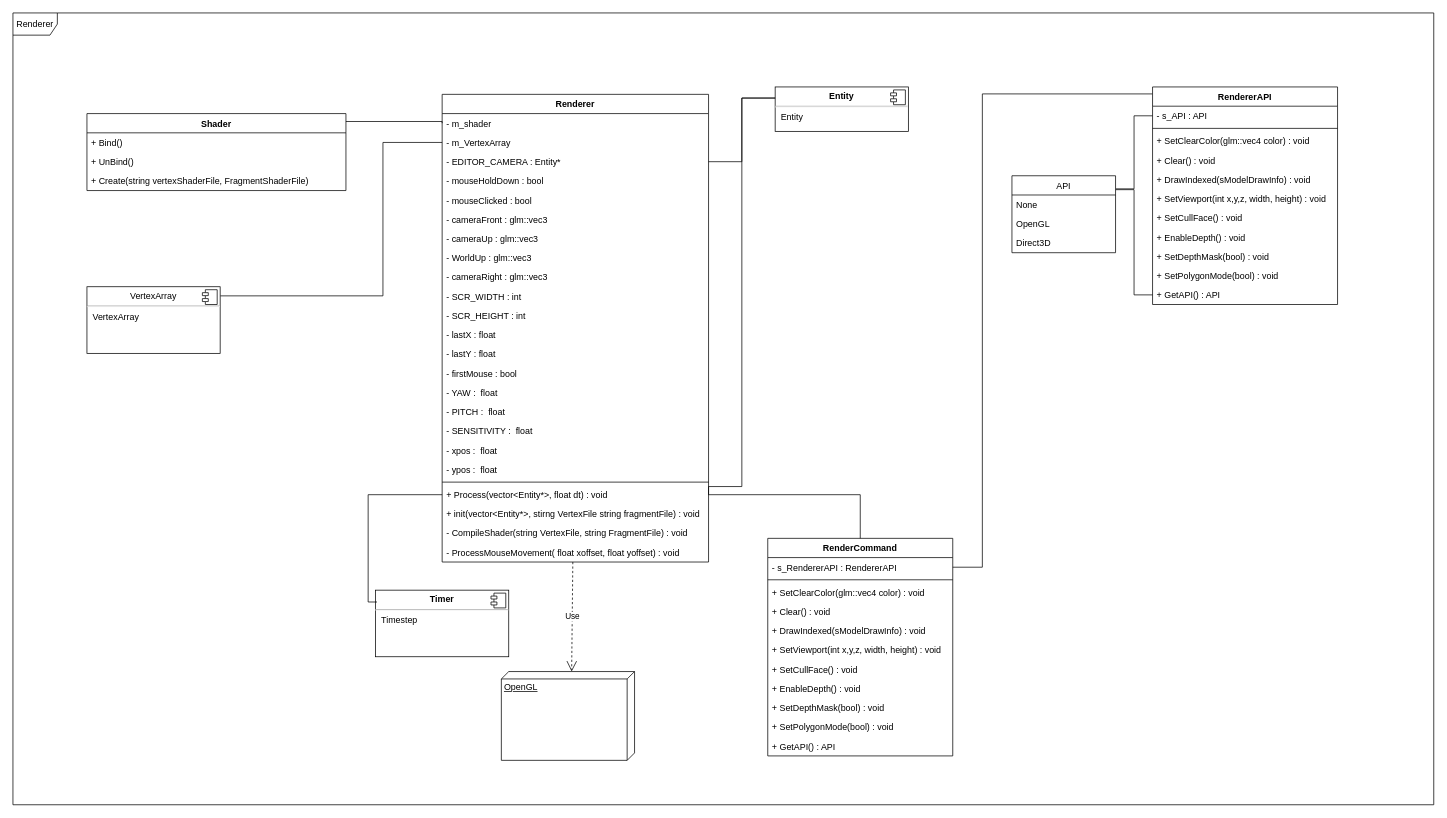
This is page "Renderer" (6 of 11) of UMLDiagram.drawio from hazN/ECS_Engine, a draw.io file, before an edit. Source tidied: cells renumbered, new cells numbered last; positions are measured from the earlier drawing's top-left corner, leaving out a move shared by most shapes. Both pictures are drawn from the tidied source at 74%, with x=0, y=0 at pixel (13, 13).
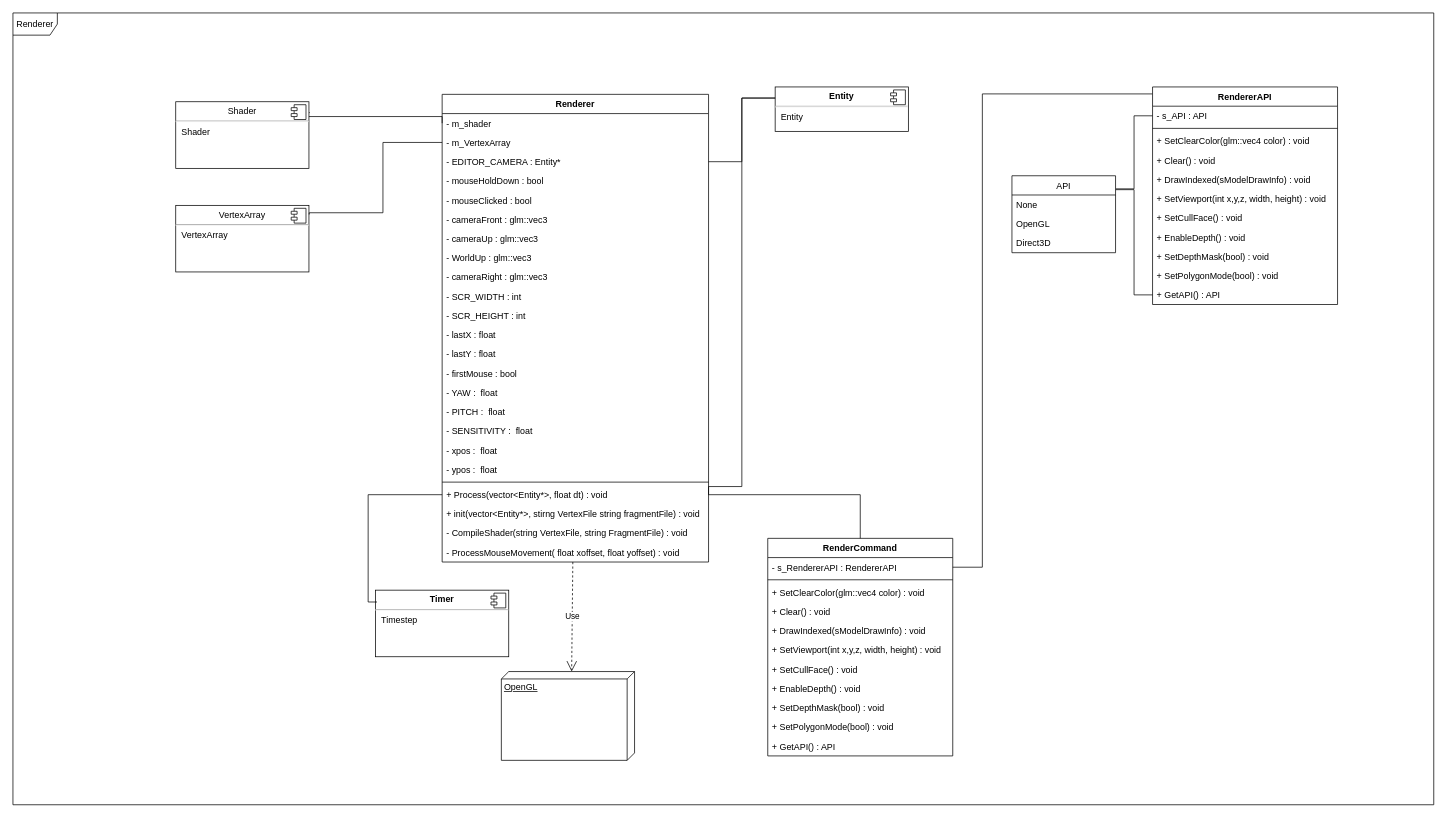
Above is the later version.

Commit message:
Update UMLDiagram : openGL

Unchanged cells that the change refers to:
```xml
<mxCell id="4" value="- m_shader" style="text;strokeColor=none;fillColor=none;align=left;verticalAlign=top;spacingLeft=4;spacingRight=4;overflow=hidden;points=[[0,0.5],[1,0.5]];portConstraint=eastwest;" parent="3" vertex="1">
  <mxGeometry y="26" width="360" height="26" as="geometry" />
</mxCell>
<mxCell id="5" value="- m_VertexArray" style="text;strokeColor=none;fillColor=none;align=left;verticalAlign=top;spacingLeft=4;spacingRight=4;overflow=hidden;points=[[0,0.5],[1,0.5]];portConstraint=eastwest;" parent="3" vertex="1">
  <mxGeometry y="52" width="360" height="26" as="geometry" />
</mxCell>
```

Diff of the diagram source:
```diff
@@
-    <mxCell id="69" value="Shader" style="swimlane;fontStyle=1;align=center;verticalAlign=top;horizontal=1;startSize=26;" parent="1" vertex="1">
-      <mxGeometry x="100" y="136" width="350" height="104" as="geometry" />
-    </mxCell>
-    <mxCell id="70" value="+ Bind()" style="text;strokeColor=none;fillColor=none;align=left;verticalAlign=top;spacingLeft=4;spacingRight=4;overflow=hidden;" parent="69" vertex="1">
-      <mxGeometry y="26" width="350" height="26" as="geometry" />
-    </mxCell>
-    <mxCell id="71" value="+ UnBind()" style="text;strokeColor=none;fillColor=none;align=left;verticalAlign=top;spacingLeft=4;spacingRight=4;overflow=hidden;" parent="69" vertex="1">
-      <mxGeometry y="52" width="350" height="26" as="geometry" />
-    </mxCell>
-    <mxCell id="72" value="+ Create(string vertexShaderFile, FragmentShaderFile)" style="text;strokeColor=none;fillColor=none;align=left;verticalAlign=top;spacingLeft=4;spacingRight=4;overflow=hidden;" parent="69" vertex="1">
-      <mxGeometry y="78" width="350" height="26" as="geometry" />
-    </mxCell>
-    <mxCell id="73" style="edgeStyle=orthogonalEdgeStyle;rounded=0;jettySize=auto;html=1;exitX=0;exitY=0.5;exitDx=0;exitDy=0;entryX=1;entryY=0.103;entryDx=0;entryDy=0;entryPerimeter=0;endArrow=none;endFill=0;" parent="1" edge="1" source="4" target="69">
+    <mxCell id="73" style="edgeStyle=orthogonalEdgeStyle;rounded=0;jettySize=auto;html=1;exitX=0;exitY=0.5;exitDx=0;exitDy=0;entryX=1.006;entryY=0.163;entryDx=0;entryDy=0;endArrow=none;endFill=0;entryPerimeter=0;" parent="1" edge="1" source="4" target="77">
       <mxGeometry relative="1" as="geometry">
         <Array as="points">
-          <mxPoint x="580" y="147" />
+          <mxPoint x="580" y="140" />
+          <mxPoint x="361" y="140" />
         </Array>
       </mxGeometry>
     </mxCell>
     <mxCell id="74" value="&lt;p style=&quot;margin:0px;margin-top:6px;text-align:center;&quot;&gt;VertexArray&lt;br&gt;&lt;/p&gt;&lt;hr&gt;&lt;p style=&quot;margin:0px;margin-left:8px;&quot;&gt;VertexArray&lt;br&gt;&lt;/p&gt;" style="align=left;overflow=fill;html=1;" parent="1" vertex="1">
-      <mxGeometry x="100" y="370" width="180" height="90" as="geometry" />
+      <mxGeometry x="220" y="260" width="180" height="90" as="geometry" />
     </mxCell>
@@
     <mxCell id="76" style="edgeStyle=orthogonalEdgeStyle;rounded=0;jettySize=auto;html=1;exitX=0;exitY=0.5;exitDx=0;exitDy=0;entryX=1.002;entryY=0.137;entryDx=0;entryDy=0;entryPerimeter=0;endArrow=none;endFill=0;" parent="1" edge="1" source="5" target="74">
       <mxGeometry relative="1" as="geometry">
         <Array as="points">
           <mxPoint x="500" y="175" />
-          <mxPoint x="500" y="382" />
+          <mxPoint x="500" y="270" />
+          <mxPoint x="400" y="270" />
         </Array>
       </mxGeometry>
     </mxCell>
+    <mxCell id="77" value="&lt;p style=&quot;margin:0px;margin-top:6px;text-align:center;&quot;&gt;Shader&lt;br&gt;&lt;/p&gt;&lt;hr&gt;&lt;p style=&quot;margin:0px;margin-left:8px;&quot;&gt;Shader&lt;br&gt;&lt;/p&gt;" style="align=left;overflow=fill;html=1;" parent="1" vertex="1">
+      <mxGeometry x="220" y="120" width="180" height="90" as="geometry" />
+    </mxCell>
+    <mxCell id="78" style="shape=component;jettyWidth=8;jettyHeight=4;" parent="77" vertex="1">
+      <mxGeometry x="1" width="20" height="20" relative="1" as="geometry">
+        <mxPoint x="-24" y="4" as="offset" />
+      </mxGeometry>
+    </mxCell>
```
